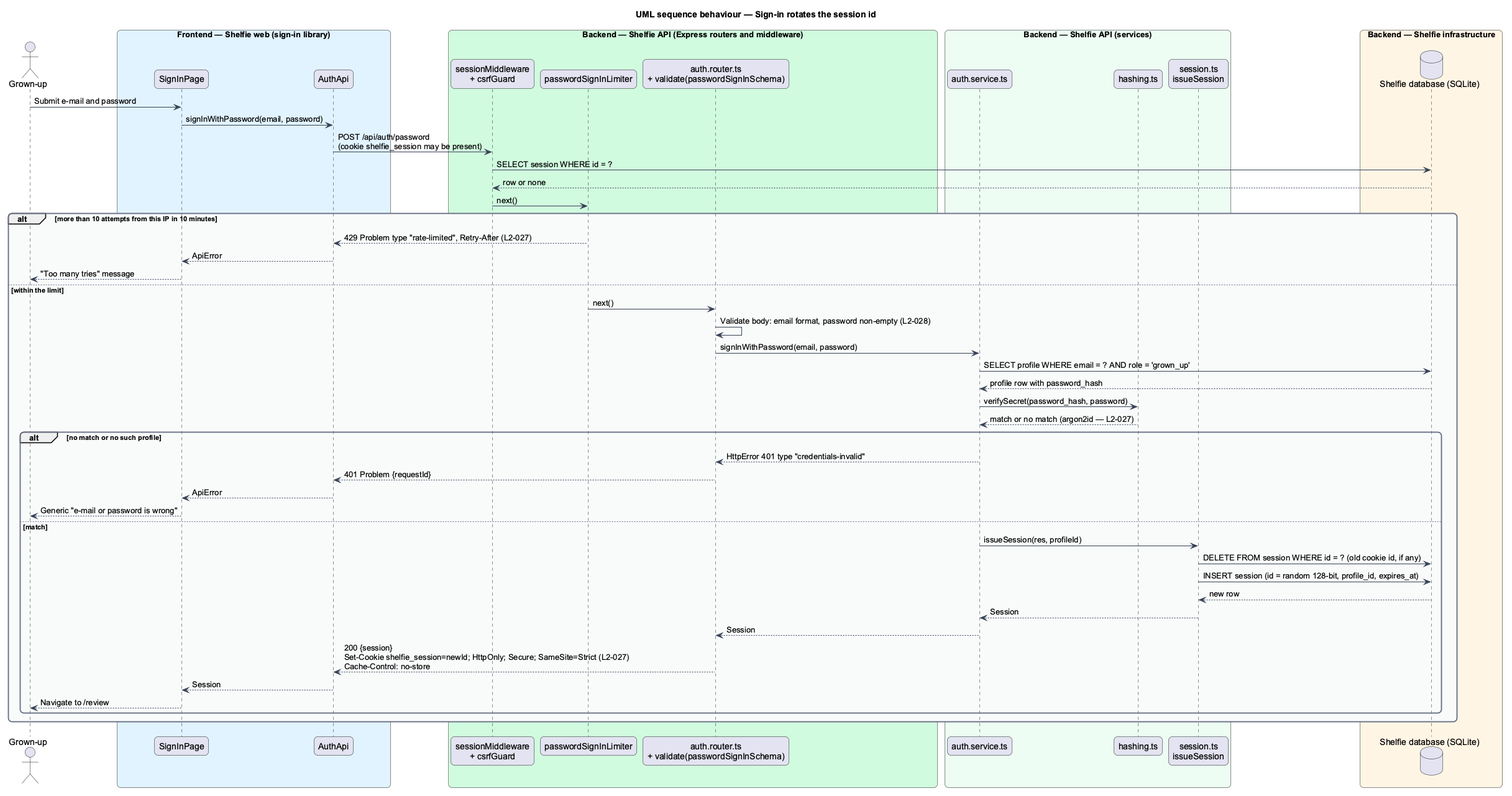
Above: docs/detailed-designs/platform/harden-api/diagrams/sequence-sign-in-rotates-session.png in QuinntyneBrown/shelfie (PlantUML), before the change. Source of this version:
```plantuml
@startuml
title UML sequence behaviour — Sign-in rotates the session id
skinparam backgroundColor #FFFFFF
skinparam shadowing false
skinparam roundcorner 12
skinparam defaultFontName Arial
skinparam ArrowColor #344054
skinparam rectangle {
  BorderColor #344054
  FontColor #101828
}
skinparam package {
  BorderColor #667085
  FontColor #101828
  BackgroundColor #F9FAFB
}
actor "Grown-up" as actor
box "Frontend — Shelfie web (sign-in library)" #E0F2FE
  participant "SignInPage" as page
  participant "AuthApi" as client
end box
box "Backend — Shelfie API (Express routers and middleware)" #D1FADF
  participant "sessionMiddleware\n+ csrfGuard" as mw
  participant "passwordSignInLimiter" as rate
  participant "auth.router.ts\n+ validate(passwordSignInSchema)" as router
end box
box "Backend — Shelfie API (services)" #ECFDF3
  participant "auth.service.ts" as service
  participant "hashing.ts" as hashing
  participant "session.ts\nissueSession" as issue
end box
box "Backend — Shelfie infrastructure" #FFF4E5
  database "Shelfie database (SQLite)" as db
end box

actor -> page : Submit e-mail and password
page -> client : signInWithPassword(email, password)
client -> mw : POST /api/auth/password\n(cookie shelfie_session may be present)
mw -> db : SELECT session WHERE id = ?
db --> mw : row or none
mw -> rate : next()
alt more than 10 attempts from this IP in 10 minutes
  rate --> client : 429 Problem type "rate-limited", Retry-After (L2-027)
  client --> page : ApiError
  page --> actor : "Too many tries" message
else within the limit
  rate -> router : next()
  router -> router : Validate body: email format, password non-empty (L2-028)
  router -> service : signInWithPassword(email, password)
  service -> db : SELECT profile WHERE email = ? AND role = 'grown_up'
  db --> service : profile row with password_hash
  service -> hashing : verifySecret(password_hash, password)
  hashing --> service : match or no match (argon2id — L2-027)
  alt no match or no such profile
    service --> router : HttpError 401 type "credentials-invalid"
    router --> client : 401 Problem {requestId}
    client --> page : ApiError
    page --> actor : Generic "e-mail or password is wrong"
  else match
    service -> issue : issueSession(res, profileId)
    issue -> db : DELETE FROM session WHERE id = ? (old cookie id, if any)
    issue -> db : INSERT session (id = random 128-bit, profile_id, expires_at)
    db --> issue : new row
    issue --> service : Session
    service --> router : Session
    router --> client : 200 {session}\nSet-Cookie shelfie_session=newId; HttpOnly; Secure; SameSite=Strict (L2-027)\nCache-Control: no-store
    client --> page : Session
    page --> actor : Navigate to /review
  end
end
@enduml
```
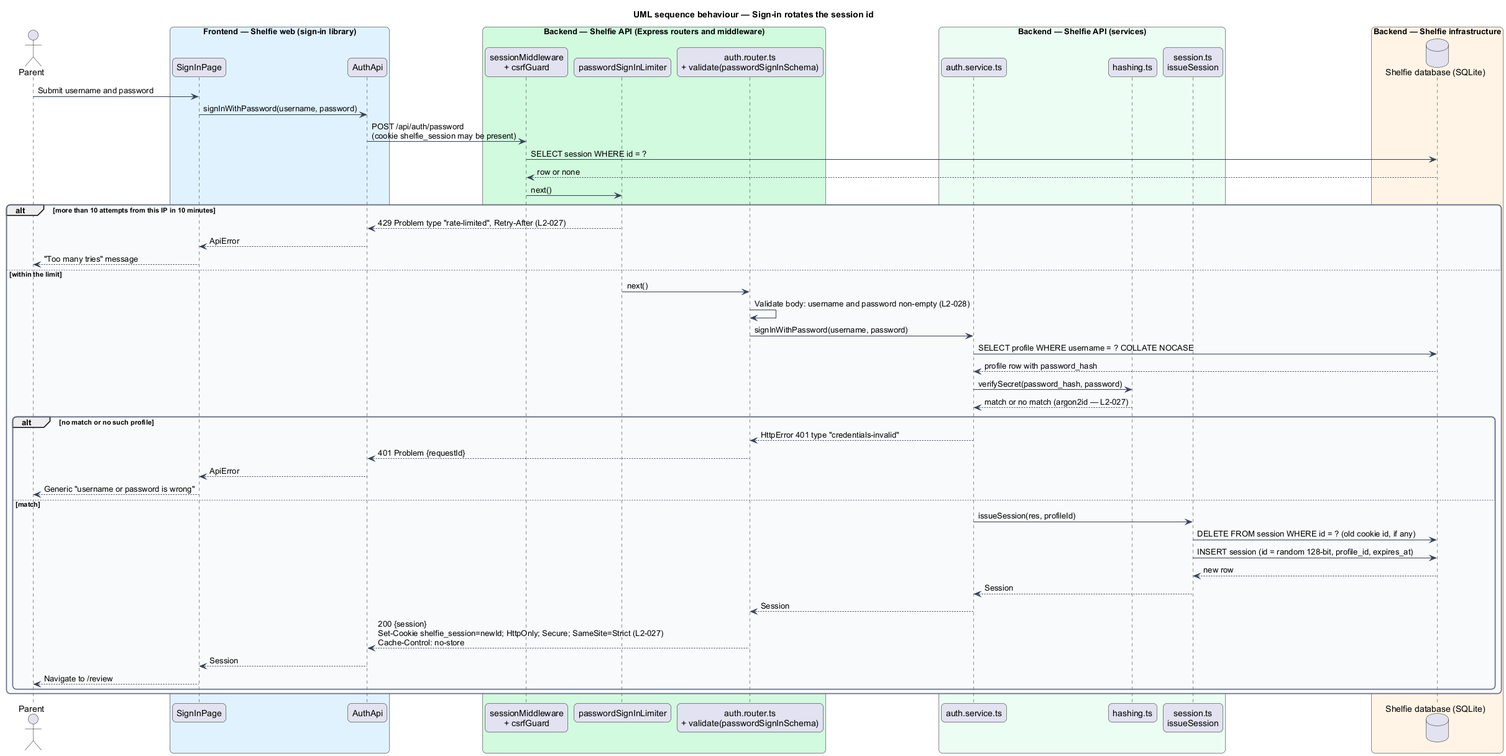
After the change.

What changed in the source:
```diff
@@ -14,7 +14,7 @@
   FontColor #101828
   BackgroundColor #F9FAFB
 }
-actor "Grown-up" as actor
+actor "Parent" as actor
 box "Frontend — Shelfie web (sign-in library)" #E0F2FE
   participant "SignInPage" as page
   participant "AuthApi" as client
@@ -33,8 +33,8 @@
   database "Shelfie database (SQLite)" as db
 end box
 
-actor -> page : Submit e-mail and password
-page -> client : signInWithPassword(email, password)
+actor -> page : Submit username and password
+page -> client : signInWithPassword(username, password)
 client -> mw : POST /api/auth/password\n(cookie shelfie_session may be present)
 mw -> db : SELECT session WHERE id = ?
 db --> mw : row or none
@@ -45,9 +45,9 @@
   page --> actor : "Too many tries" message
 else within the limit
   rate -> router : next()
-  router -> router : Validate body: email format, password non-empty (L2-028)
-  router -> service : signInWithPassword(email, password)
-  service -> db : SELECT profile WHERE email = ? AND role = 'grown_up'
+  router -> router : Validate body: username and password non-empty (L2-028)
+  router -> service : signInWithPassword(username, password)
+  service -> db : SELECT profile WHERE username = ? COLLATE NOCASE
   db --> service : profile row with password_hash
   service -> hashing : verifySecret(password_hash, password)
   hashing --> service : match or no match (argon2id — L2-027)
@@ -55,7 +55,7 @@
     service --> router : HttpError 401 type "credentials-invalid"
     router --> client : 401 Problem {requestId}
     client --> page : ApiError
-    page --> actor : Generic "e-mail or password is wrong"
+    page --> actor : Generic "username or password is wrong"
   else match
     service -> issue : issueSession(res, profileId)
     issue -> db : DELETE FROM session WHERE id = ? (old cookie id, if any)
```
